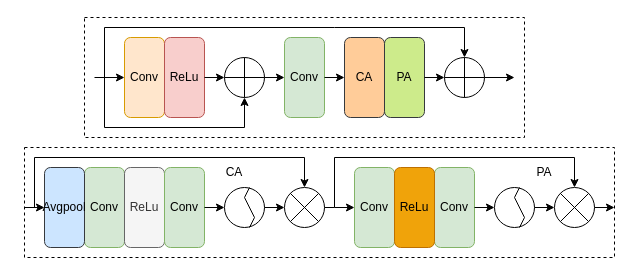
lgq622/long keeps this draw.io diagram as CA.drawio. Above is the earlier version. Source tidied: cells renumbered, new cells numbered last; positions are measured from the earlier drawing's top-left corner, leaving out a move shared by most shapes. Both pictures are drawn from the tidied source at 100%, with x=0, y=0 at pixel (24, 17).
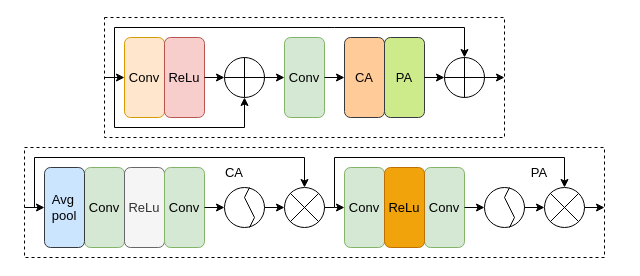
The same page after the edit.

Unchanged cells that the change refers to:
```xml
<mxCell id="9" style="ellipse;whiteSpace=wrap;html=1;direction=east;" parent="1" vertex="1">
  <mxGeometry x="200" y="40" width="40" height="40" as="geometry" />
</mxCell>
<mxCell id="16" style="ellipse;whiteSpace=wrap;html=1;direction=east;" parent="1" vertex="1">
  <mxGeometry x="420" y="40" width="40" height="40" as="geometry" />
</mxCell>
<mxCell id="30" style="ellipse;whiteSpace=wrap;html=1;" parent="1" vertex="1">
  <mxGeometry x="260" y="170" width="40" height="40" as="geometry" />
</mxCell>
```

What changed in the source:
```diff
@@
-    <mxCell id="2" value="Conv" style="rounded=1;whiteSpace=wrap;html=1;fillColor=#ffe6cc;strokeColor=#d79b00;direction=south;" parent="1" vertex="1">
+    <mxCell id="2" value="&lt;font style=&quot;font-size: 13px;&quot;&gt;Conv&lt;/font&gt;" style="rounded=1;whiteSpace=wrap;html=1;fillColor=#ffe6cc;strokeColor=#d79b00;direction=south;" parent="1" vertex="1">
       <mxGeometry x="100" y="20" width="40" height="80" as="geometry" />
     </mxCell>
-    <mxCell id="3" value="ReLu" style="rounded=1;whiteSpace=wrap;html=1;fillColor=#f8cecc;strokeColor=#b85450;direction=south;" parent="1" vertex="1">
+    <mxCell id="3" value="&lt;font style=&quot;font-size: 13px;&quot;&gt;ReLu&lt;/font&gt;" style="rounded=1;whiteSpace=wrap;html=1;fillColor=#f8cecc;strokeColor=#b85450;direction=south;" parent="1" vertex="1">
       <mxGeometry x="140" y="20" width="40" height="80" as="geometry" />
     </mxCell>
-    <mxCell id="4" value="CA" style="rounded=1;whiteSpace=wrap;html=1;fillColor=#ffcc99;strokeColor=#36393d;direction=south;" parent="1" vertex="1">
+    <mxCell id="4" value="&lt;font style=&quot;font-size: 13px;&quot;&gt;CA&lt;/font&gt;" style="rounded=1;whiteSpace=wrap;html=1;fillColor=#ffcc99;strokeColor=#36393d;direction=south;" parent="1" vertex="1">
       <mxGeometry x="320" y="20" width="40" height="80" as="geometry" />
     </mxCell>
-    <mxCell id="5" value="PA" style="rounded=1;whiteSpace=wrap;html=1;fillColor=#cdeb8b;strokeColor=#36393d;direction=south;" parent="1" vertex="1">
+    <mxCell id="5" value="&lt;font style=&quot;font-size: 13px;&quot;&gt;PA&lt;/font&gt;" style="rounded=1;whiteSpace=wrap;html=1;fillColor=#cdeb8b;strokeColor=#36393d;direction=south;" parent="1" vertex="1">
       <mxGeometry x="360" y="20" width="40" height="80" as="geometry" />
     </mxCell>
-    <mxCell id="6" style="endArrow=classic;html=1;rounded=0;entryX=0.5;entryY=1;entryDx=0;entryDy=0;exitX=0.5;exitY=1;exitDx=0;exitDy=0;" parent="1" edge="1" target="2">
+    <mxCell id="6" style="endArrow=classic;html=1;rounded=0;entryX=0.5;entryY=1;entryDx=0;entryDy=0;" parent="1" edge="1" target="2">
       <mxGeometry relative="1" as="geometry">
-        <mxPoint x="70" y="60" as="sourcePoint" />
+        <mxPoint x="80" y="60" as="sourcePoint" />
       </mxGeometry>
     </mxCell>
-    <mxCell id="7" value="Conv" style="rounded=1;whiteSpace=wrap;html=1;fillColor=#d5e8d4;strokeColor=#82b366;direction=south;" parent="1" vertex="1">
+    <mxCell id="7" value="&lt;font style=&quot;font-size: 13px;&quot;&gt;Conv&lt;/font&gt;" style="rounded=1;whiteSpace=wrap;html=1;fillColor=#d5e8d4;strokeColor=#82b366;direction=south;" parent="1" vertex="1">
       <mxGeometry x="260" y="20" width="40" height="80" as="geometry" />
     </mxCell>
@@
-    <mxCell id="13" style="endArrow=classic;html=1;rounded=0;entryX=0.5;entryY=1;entryDx=0;entryDy=0;exitX=0.5;exitY=1;exitDx=0;exitDy=0;" parent="1" edge="1" target="9">
+    <mxCell id="13" style="endArrow=classic;html=1;rounded=0;entryX=0.5;entryY=1;entryDx=0;entryDy=0;" parent="1" edge="1" target="9">
       <mxGeometry relative="1" as="geometry">
-        <mxPoint x="80" y="60" as="sourcePoint" />
+        <mxPoint x="90" y="60" as="sourcePoint" />
         <Array as="points">
-          <mxPoint x="80" y="110" />
+          <mxPoint x="90" y="110" />
           <mxPoint x="220" y="110" />
         </Array>
       </mxGeometry>
     </mxCell>
@@
-    <mxCell id="19" style="endArrow=classic;html=1;rounded=0;exitX=1;exitY=0.5;exitDx=0;exitDy=0;entryX=1;entryY=0.5;entryDx=0;entryDy=0;" parent="1" edge="1" source="16">
+    <mxCell id="19" style="endArrow=classic;html=1;rounded=0;exitX=1;exitY=0.5;exitDx=0;exitDy=0;" parent="1" edge="1" source="16">
       <mxGeometry relative="1" as="geometry">
-        <mxPoint x="490" y="60" as="targetPoint" />
+        <mxPoint x="480" y="60" as="targetPoint" />
       </mxGeometry>
     </mxCell>
-    <mxCell id="20" style="endArrow=classic;html=1;rounded=0;entryX=0.5;entryY=0;entryDx=0;entryDy=0;exitX=0.5;exitY=0;exitDx=0;exitDy=0;" parent="1" edge="1" target="16">
+    <mxCell id="20" style="endArrow=classic;html=1;rounded=0;entryX=0.5;entryY=0;entryDx=0;entryDy=0;" parent="1" edge="1" target="16">
       <mxGeometry relative="1" as="geometry">
-        <mxPoint x="80" y="60" as="sourcePoint" />
+        <mxPoint x="90" y="60" as="sourcePoint" />
         <Array as="points">
-          <mxPoint x="80" y="10" />
+          <mxPoint x="90" y="10" />
           <mxPoint x="310" y="10" />
           <mxPoint x="440" y="10" />
         </Array>
       </mxGeometry>
     </mxCell>
-    <mxCell id="21" value="Conv" style="rounded=1;whiteSpace=wrap;html=1;fillColor=#d5e8d4;strokeColor=#82b366;direction=south;" parent="1" vertex="1">
+    <mxCell id="21" value="&lt;font style=&quot;font-size: 13px;&quot;&gt;Conv&lt;/font&gt;" style="rounded=1;whiteSpace=wrap;html=1;fillColor=#d5e8d4;strokeColor=#82b366;direction=south;" parent="1" vertex="1">
       <mxGeometry x="60" y="150" width="40" height="80" as="geometry" />
     </mxCell>
-    <mxCell id="22" value="ReLu" style="rounded=1;whiteSpace=wrap;html=1;fillColor=#f5f5f5;strokeColor=#666666;direction=south;fontColor=#333333;" parent="1" vertex="1">
+    <mxCell id="22" value="&lt;font style=&quot;font-size: 13px;&quot;&gt;ReLu&lt;/font&gt;" style="rounded=1;whiteSpace=wrap;html=1;fillColor=#f5f5f5;strokeColor=#666666;direction=south;fontColor=#333333;" parent="1" vertex="1">
       <mxGeometry x="100" y="150" width="40" height="80" as="geometry" />
     </mxCell>
-    <mxCell id="23" value="Avgpool" style="rounded=1;whiteSpace=wrap;html=1;fillColor=#cce5ff;strokeColor=#36393d;direction=south;" parent="1" vertex="1">
+    <mxCell id="23" value="&lt;div style=&quot;text-align: left;&quot;&gt;&lt;span style=&quot;background-color: transparent; color: light-dark(rgb(0, 0, 0), rgb(255, 255, 255));&quot;&gt;&lt;font style=&quot;font-size: 13px;&quot;&gt;Avg&lt;/font&gt;&lt;/span&gt;&lt;/div&gt;&lt;div&gt;&lt;font style=&quot;font-size: 13px;&quot;&gt;pool&lt;/font&gt;&lt;/div&gt;" style="rounded=1;whiteSpace=wrap;html=1;fillColor=#cce5ff;strokeColor=#36393d;direction=south;" parent="1" vertex="1">
       <mxGeometry x="20" y="150" width="40" height="80" as="geometry" />
     </mxCell>
-    <mxCell id="24" value="Conv" style="rounded=1;whiteSpace=wrap;html=1;fillColor=#d5e8d4;strokeColor=#82b366;direction=south;shadow=0;" parent="1" vertex="1">
+    <mxCell id="24" value="&lt;font style=&quot;font-size: 13px;&quot;&gt;Conv&lt;/font&gt;" style="rounded=1;whiteSpace=wrap;html=1;fillColor=#d5e8d4;strokeColor=#82b366;direction=south;shadow=0;" parent="1" vertex="1">
       <mxGeometry x="140" y="150" width="40" height="80" as="geometry" />
     </mxCell>
@@
     <mxCell id="34" style="endArrow=classic;html=1;rounded=0;exitX=1;exitY=0.5;exitDx=0;exitDy=0;" parent="1" edge="1" source="30">
       <mxGeometry relative="1" as="geometry">
-        <mxPoint x="330" y="190" as="targetPoint" />
+        <mxPoint x="320" y="190" as="targetPoint" />
         <Array as="points">
           <mxPoint x="310" y="190" />
         </Array>
       </mxGeometry>
     </mxCell>
     <mxCell id="35" style="endArrow=classic;html=1;rounded=0;entryX=0.5;entryY=0;entryDx=0;entryDy=0;" parent="1" edge="1" target="43">
       <mxGeometry relative="1" as="geometry">
         <mxPoint x="310" y="190" as="sourcePoint" />
         <Array as="points">
           <mxPoint x="310" y="140" />
-          <mxPoint x="550" y="140" />
+          <mxPoint x="540" y="140" />
         </Array>
       </mxGeometry>
     </mxCell>
-    <mxCell id="36" value="Conv" style="rounded=1;whiteSpace=wrap;html=1;fillColor=#d5e8d4;strokeColor=#82b366;direction=south;" parent="1" vertex="1">
-      <mxGeometry x="410" y="150" width="40" height="80" as="geometry" />
+    <mxCell id="36" value="&lt;font style=&quot;font-size: 13px;&quot;&gt;Conv&lt;/font&gt;" style="rounded=1;whiteSpace=wrap;html=1;fillColor=#d5e8d4;strokeColor=#82b366;direction=south;" parent="1" vertex="1">
+      <mxGeometry x="400" y="150" width="40" height="80" as="geometry" />
     </mxCell>
-    <mxCell id="37" value="Conv" style="rounded=1;whiteSpace=wrap;html=1;fillColor=#d5e8d4;strokeColor=#82b366;direction=south;" parent="1" vertex="1">
-      <mxGeometry x="330" y="150" width="40" height="80" as="geometry" />
+    <mxCell id="37" value="&lt;font style=&quot;font-size: 13px;&quot;&gt;Conv&lt;/font&gt;" style="rounded=1;whiteSpace=wrap;html=1;fillColor=#d5e8d4;strokeColor=#82b366;direction=south;" parent="1" vertex="1">
+      <mxGeometry x="320" y="150" width="40" height="80" as="geometry" />
     </mxCell>
-    <mxCell id="38" value="ReLu" style="rounded=1;whiteSpace=wrap;html=1;fillColor=#f0a30a;strokeColor=#BD7000;direction=south;fontColor=#000000;" parent="1" vertex="1">
-      <mxGeometry x="370" y="150" width="40" height="80" as="geometry" />
+    <mxCell id="38" value="&lt;font style=&quot;font-size: 13px;&quot;&gt;ReLu&lt;/font&gt;" style="rounded=1;whiteSpace=wrap;html=1;fillColor=#f0a30a;strokeColor=#BD7000;direction=south;fontColor=#000000;" parent="1" vertex="1">
+      <mxGeometry x="360" y="150" width="40" height="80" as="geometry" />
     </mxCell>
     <mxCell id="39" style="endArrow=classic;html=1;rounded=0;exitX=0.5;exitY=0;exitDx=0;exitDy=0;" parent="1" edge="1" source="36">
       <mxGeometry relative="1" as="geometry">
-        <mxPoint x="470" y="190" as="targetPoint" />
+        <mxPoint x="460" y="190" as="targetPoint" />
       </mxGeometry>
     </mxCell>
     <mxCell id="40" style="ellipse;whiteSpace=wrap;html=1;" parent="1" vertex="1">
-      <mxGeometry x="470" y="170" width="40" height="40" as="geometry" />
+      <mxGeometry x="460" y="170" width="40" height="40" as="geometry" />
     </mxCell>
     <mxCell id="41" style="endArrow=none;html=1;rounded=0;entryX=0.5;entryY=0;entryDx=0;entryDy=0;exitX=0.5;exitY=1;exitDx=0;exitDy=0;" parent="1" edge="1">
       <mxGeometry relative="1" as="geometry">
-        <mxPoint x="495" y="210" as="sourcePoint" />
-        <mxPoint x="495" y="170" as="targetPoint" />
+        <mxPoint x="485" y="210" as="sourcePoint" />
+        <mxPoint x="485" y="170" as="targetPoint" />
         <Array as="points">
-          <mxPoint x="500" y="200" />
-          <mxPoint x="490" y="180" />
+          <mxPoint x="490" y="200" />
+          <mxPoint x="480" y="180" />
         </Array>
       </mxGeometry>
     </mxCell>
     <mxCell id="42" style="endArrow=classic;html=1;rounded=0;exitX=1;exitY=0.5;exitDx=0;exitDy=0;" parent="1" edge="1" source="40">
       <mxGeometry relative="1" as="geometry">
-        <mxPoint x="530" y="190" as="targetPoint" />
+        <mxPoint x="520" y="190" as="targetPoint" />
       </mxGeometry>
     </mxCell>
     <mxCell id="43" style="ellipse;whiteSpace=wrap;html=1;" parent="1" vertex="1">
-      <mxGeometry x="530" y="170" width="40" height="40" as="geometry" />
+      <mxGeometry x="520" y="170" width="40" height="40" as="geometry" />
     </mxCell>
@@
     <mxCell id="46" style="endArrow=classic;html=1;rounded=0;exitX=1;exitY=0.5;exitDx=0;exitDy=0;" parent="1" edge="1" source="43">
       <mxGeometry relative="1" as="geometry">
-        <mxPoint x="590" y="190" as="targetPoint" />
+        <mxPoint x="580" y="190" as="targetPoint" />
       </mxGeometry>
     </mxCell>
     <mxCell id="47" style="endArrow=none;dashed=1;html=1;rounded=0;" parent="1" edge="1">
       <mxGeometry relative="1" as="geometry">
-        <mxPoint x="60" as="sourcePoint" />
-        <mxPoint x="60" as="targetPoint" />
+        <mxPoint x="80" as="sourcePoint" />
+        <mxPoint x="80" as="targetPoint" />
         <Array as="points">
-          <mxPoint x="500" />
-          <mxPoint x="500" y="120" />
-          <mxPoint x="60" y="120" />
+          <mxPoint x="480" />
+          <mxPoint x="480" y="120" />
+          <mxPoint x="80" y="120" />
         </Array>
       </mxGeometry>
     </mxCell>
     <mxCell id="48" style="endArrow=none;dashed=1;html=1;rounded=0;" parent="1" edge="1">
       <mxGeometry relative="1" as="geometry">
         <mxPoint y="130" as="sourcePoint" />
         <mxPoint y="130" as="targetPoint" />
         <Array as="points">
-          <mxPoint x="590" y="130" />
-          <mxPoint x="590" y="240" />
+          <mxPoint x="580" y="130" />
+          <mxPoint x="580" y="240" />
           <mxPoint y="240" />
         </Array>
       </mxGeometry>
     </mxCell>
-    <mxCell id="49" value="CA" style="text;html=1;align=center;verticalAlign=middle;whiteSpace=wrap;rounded=0;" parent="1" vertex="1">
+    <mxCell id="49" value="&lt;font style=&quot;font-size: 13px;&quot;&gt;CA&lt;/font&gt;" style="text;html=1;align=center;verticalAlign=middle;whiteSpace=wrap;rounded=0;" parent="1" vertex="1">
       <mxGeometry x="180" y="140" width="60" height="30" as="geometry" />
     </mxCell>
-    <mxCell id="50" value="PA" style="text;html=1;align=center;verticalAlign=middle;whiteSpace=wrap;rounded=0;" parent="1" vertex="1">
-      <mxGeometry x="490" y="140" width="60" height="30" as="geometry" />
+    <mxCell id="50" value="&lt;font style=&quot;font-size: 13px;&quot;&gt;PA&lt;/font&gt;" style="text;html=1;align=center;verticalAlign=middle;whiteSpace=wrap;rounded=0;" parent="1" vertex="1">
+      <mxGeometry x="490" y="140" width="50" height="30" as="geometry" />
     </mxCell>
```
